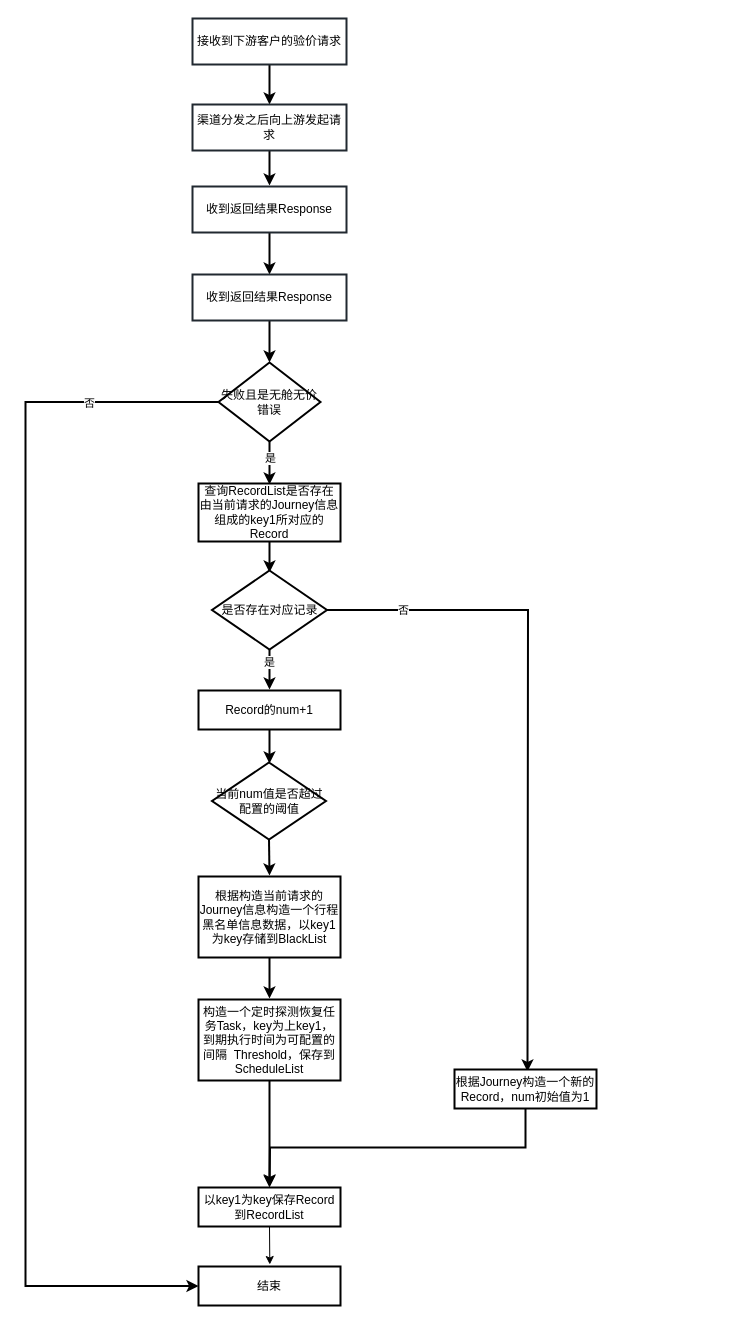
The draw.io diagram pkfare/patent/Untitled Diagram.drawio in zhangweixin/design-diagram, before the edit. Source tidied: cells renumbered, new cells numbered last; positions are measured from the earlier drawing's top-left corner, leaving out a move shared by most shapes. Both pictures are drawn from the tidied source at 100%, with x=0, y=0 at pixel (25, 18).
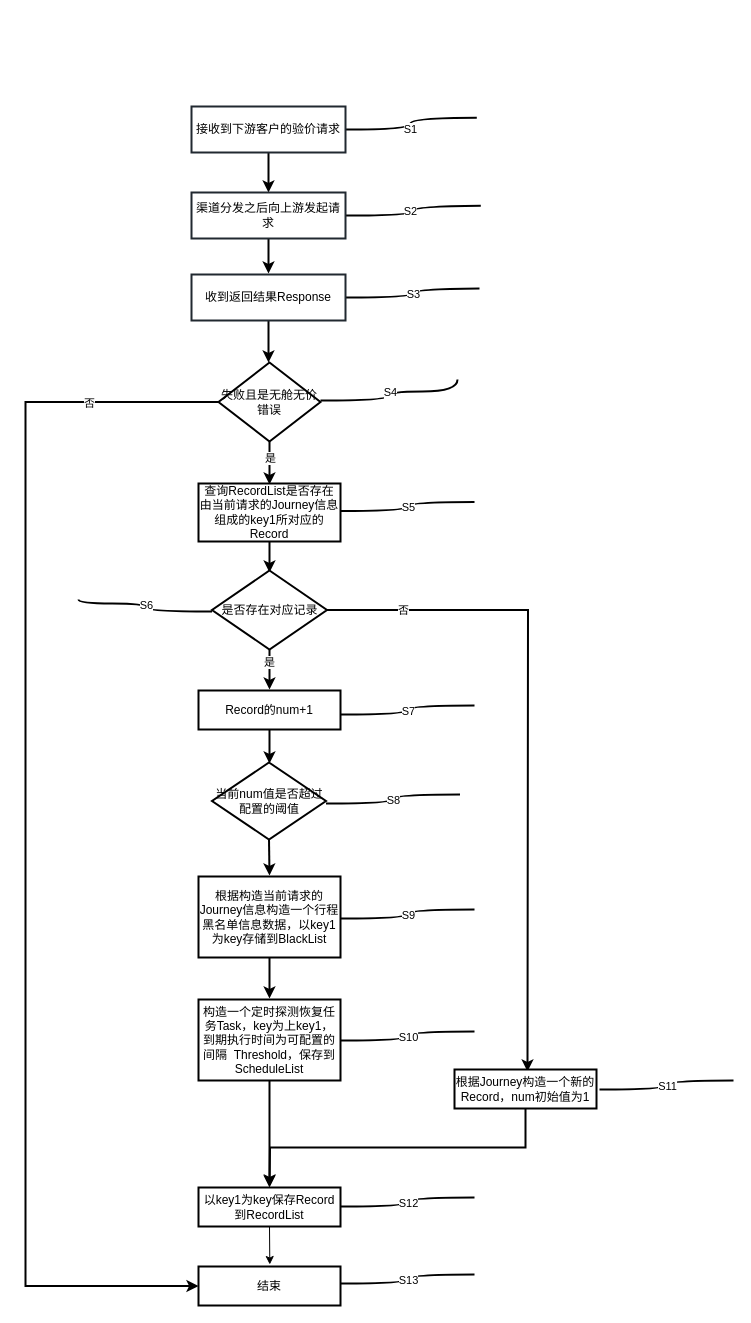
The same diagram, later.

What changed in the source:
```diff
@@
+    <mxCell id="35" style="edgeStyle=orthogonalEdgeStyle;rounded=0;jettySize=auto;html=1;exitX=1;exitY=0.5;exitDx=0;exitDy=0;endArrow=none;endFill=0;curved=1;strokeWidth=2;" parent="1" edge="1" source="3">
+      <mxGeometry relative="1" as="geometry">
+        <mxPoint x="451.3" y="99.3" as="targetPoint" />
+        <Array as="points">
+          <mxPoint x="385" y="111" />
+          <mxPoint x="385" y="99" />
+        </Array>
+      </mxGeometry>
+    </mxCell>
+    <mxCell id="36" value="S1" style="edgeLabel;html=1;align=center;verticalAlign=middle;" parent="35" vertex="1">
+      <mxGeometry x="-0.08" relative="1" as="geometry">
+        <mxPoint x="-1" as="offset" />
+      </mxGeometry>
+    </mxCell>
     <mxCell id="3" value="接收到下游客户的验价请求&lt;p style=&quot;line-height: 100%;margin-bottom: 0pt;margin-top: 0pt;font-size: 11pt;color: #494949;&quot; class=&quot;ql-direction-ltr&quot;&gt;&lt;/p&gt;&lt;span&gt;&lt;/span&gt;&lt;p style=&quot;line-height: 100%;margin-bottom: 0pt;margin-top: 0pt;font-size: 11pt;color: #494949;&quot; class=&quot;ql-direction-ltr&quot;&gt;&lt;/p&gt;&lt;span&gt;&lt;/span&gt;&lt;p style=&quot;line-height: 100%;margin-bottom: 0pt;margin-top: 0pt;font-size: 11pt;color: #494949;&quot; class=&quot;ql-direction-ltr&quot;&gt;&lt;/p&gt;&lt;span&gt;&lt;/span&gt;&lt;p style=&quot;line-height: 100%;margin-bottom: 0pt;margin-top: 0pt;font-size: 11pt;color: #494949;&quot; class=&quot;ql-direction-ltr&quot;&gt;&lt;/p&gt;&lt;span&gt;&lt;/span&gt;&lt;p style=&quot;line-height: 100%;margin-bottom: 0pt;margin-top: 0pt;font-size: 11pt;color: #494949;&quot; class=&quot;ql-direction-ltr&quot;&gt;&lt;/p&gt;&lt;span&gt;&lt;/span&gt;" style="rounded=0;whiteSpace=wrap;html=1;strokeWidth=2;strokeColor=#212930;" parent="1" vertex="1">
-      <mxGeometry x="167" width="154" height="46" as="geometry" />
+      <mxGeometry x="166" y="88" width="154" height="46" as="geometry" />
     </mxCell>
     <mxCell id="4" style="edgeStyle=orthogonalEdgeStyle;rounded=0;jettySize=auto;html=1;exitX=0.5;exitY=1;exitDx=0;exitDy=0;strokeWidth=2;" parent="1" edge="1" source="5">
       <mxGeometry relative="1" as="geometry">
-        <mxPoint x="244" y="167" as="targetPoint" />
+        <mxPoint x="243" y="255" as="targetPoint" />
       </mxGeometry>
     </mxCell>
+    <mxCell id="37" style="edgeStyle=orthogonalEdgeStyle;rounded=0;jettySize=auto;html=1;exitX=1;exitY=0.5;exitDx=0;exitDy=0;endArrow=none;endFill=0;curved=1;strokeWidth=2;" parent="1" edge="1" source="5">
+      <mxGeometry relative="1" as="geometry">
+        <mxPoint x="455.3" y="187.3" as="targetPoint" />
+      </mxGeometry>
+    </mxCell>
+    <mxCell id="38" value="S2" style="edgeLabel;html=1;align=center;verticalAlign=middle;" parent="37" vertex="1">
+      <mxGeometry y="3" relative="1" as="geometry" />
+    </mxCell>
     <mxCell id="5" value="&lt;p style=&quot;line-height: 100%;margin-bottom: 0pt;margin-top: 0pt;font-size: 11pt;color: #494949;&quot; class=&quot;ql-direction-ltr&quot;&gt;&lt;/p&gt;渠道分发之后向上游发起请求&lt;p style=&quot;line-height: 100%;margin-bottom: 0pt;margin-top: 0pt;font-size: 11pt;color: #494949;&quot; class=&quot;ql-direction-ltr&quot;&gt;&lt;/p&gt;&lt;span&gt;&lt;/span&gt;&lt;p style=&quot;line-height: 100%;margin-bottom: 0pt;margin-top: 0pt;font-size: 11pt;color: #494949;&quot; class=&quot;ql-direction-ltr&quot;&gt;&lt;/p&gt;&lt;span&gt;&lt;/span&gt;&lt;p style=&quot;line-height: 100%;margin-bottom: 0pt;margin-top: 0pt;font-size: 11pt;color: #494949;&quot; class=&quot;ql-direction-ltr&quot;&gt;&lt;/p&gt;&lt;span&gt;&lt;/span&gt;&lt;p style=&quot;line-height: 100%;margin-bottom: 0pt;margin-top: 0pt;font-size: 11pt;color: #494949;&quot; class=&quot;ql-direction-ltr&quot;&gt;&lt;/p&gt;&lt;span&gt;&lt;/span&gt;&lt;p style=&quot;line-height: 100%;margin-bottom: 0pt;margin-top: 0pt;font-size: 11pt;color: #494949;&quot; class=&quot;ql-direction-ltr&quot;&gt;&lt;/p&gt;&lt;span&gt;&lt;/span&gt;" style="rounded=0;whiteSpace=wrap;html=1;strokeWidth=2;strokeColor=#212930;" parent="1" vertex="1">
-      <mxGeometry x="167" y="86" width="154" height="46" as="geometry" />
+      <mxGeometry x="166" y="174" width="154" height="46" as="geometry" />
     </mxCell>
     <mxCell id="6" style="edgeStyle=orthogonalEdgeStyle;rounded=0;jettySize=auto;html=1;exitX=0.5;exitY=1;exitDx=0;exitDy=0;strokeWidth=2;" parent="1" edge="1" source="7">
       <mxGeometry relative="1" as="geometry">
-        <mxPoint x="244" y="256" as="targetPoint" />
+        <mxPoint x="243" y="344" as="targetPoint" />
       </mxGeometry>
     </mxCell>
+    <mxCell id="39" style="edgeStyle=orthogonalEdgeStyle;rounded=0;jettySize=auto;html=1;exitX=1;exitY=0.5;exitDx=0;exitDy=0;curved=1;strokeWidth=2;endArrow=none;endFill=0;" parent="1" edge="1" source="7">
+      <mxGeometry relative="1" as="geometry">
+        <mxPoint x="454" y="270" as="targetPoint" />
+      </mxGeometry>
+    </mxCell>
+    <mxCell id="40" value="S3" style="edgeLabel;html=1;align=center;verticalAlign=middle;" parent="39" vertex="1">
+      <mxGeometry x="-0.01" relative="1" as="geometry" />
+    </mxCell>
     <mxCell id="7" value="&lt;p style=&quot;line-height: 100%;margin-bottom: 0pt;margin-top: 0pt;font-size: 11pt;color: #494949;&quot; class=&quot;ql-direction-ltr&quot;&gt;&lt;/p&gt;收到返回结果Response&lt;p style=&quot;line-height: 100%;margin-bottom: 0pt;margin-top: 0pt;font-size: 11pt;color: #494949;&quot; class=&quot;ql-direction-ltr&quot;&gt;&lt;/p&gt;&lt;span&gt;&lt;/span&gt;&lt;p style=&quot;line-height: 100%;margin-bottom: 0pt;margin-top: 0pt;font-size: 11pt;color: #494949;&quot; class=&quot;ql-direction-ltr&quot;&gt;&lt;/p&gt;&lt;span&gt;&lt;/span&gt;&lt;p style=&quot;line-height: 100%;margin-bottom: 0pt;margin-top: 0pt;font-size: 11pt;color: #494949;&quot; class=&quot;ql-direction-ltr&quot;&gt;&lt;/p&gt;&lt;span&gt;&lt;/span&gt;&lt;p style=&quot;line-height: 100%;margin-bottom: 0pt;margin-top: 0pt;font-size: 11pt;color: #494949;&quot; class=&quot;ql-direction-ltr&quot;&gt;&lt;/p&gt;&lt;span&gt;&lt;/span&gt;&lt;p style=&quot;line-height: 100%;margin-bottom: 0pt;margin-top: 0pt;font-size: 11pt;color: #494949;&quot; class=&quot;ql-direction-ltr&quot;&gt;&lt;/p&gt;&lt;span&gt;&lt;/span&gt;" style="rounded=0;whiteSpace=wrap;html=1;strokeWidth=2;strokeColor=#212930;" parent="1" vertex="1">
-      <mxGeometry x="167" y="168" width="154" height="46" as="geometry" />
+      <mxGeometry x="166" y="256" width="154" height="46" as="geometry" />
     </mxCell>
-    <mxCell id="8" style="edgeStyle=orthogonalEdgeStyle;rounded=0;jettySize=auto;html=1;exitX=0.5;exitY=1;exitDx=0;exitDy=0;strokeWidth=2;" parent="1" edge="1" source="9">
-      <mxGeometry relative="1" as="geometry">
-        <mxPoint x="244" y="344" as="targetPoint" />
-      </mxGeometry>
-    </mxCell>
-    <mxCell id="9" value="&lt;p style=&quot;line-height: 100%;margin-bottom: 0pt;margin-top: 0pt;font-size: 11pt;color: #494949;&quot; class=&quot;ql-direction-ltr&quot;&gt;&lt;/p&gt;收到返回结果Response&lt;p style=&quot;line-height: 100%;margin-bottom: 0pt;margin-top: 0pt;font-size: 11pt;color: #494949;&quot; class=&quot;ql-direction-ltr&quot;&gt;&lt;/p&gt;&lt;span&gt;&lt;/span&gt;&lt;p style=&quot;line-height: 100%;margin-bottom: 0pt;margin-top: 0pt;font-size: 11pt;color: #494949;&quot; class=&quot;ql-direction-ltr&quot;&gt;&lt;/p&gt;&lt;span&gt;&lt;/span&gt;&lt;p style=&quot;line-height: 100%;margin-bottom: 0pt;margin-top: 0pt;font-size: 11pt;color: #494949;&quot; class=&quot;ql-direction-ltr&quot;&gt;&lt;/p&gt;&lt;span&gt;&lt;/span&gt;&lt;p style=&quot;line-height: 100%;margin-bottom: 0pt;margin-top: 0pt;font-size: 11pt;color: #494949;&quot; class=&quot;ql-direction-ltr&quot;&gt;&lt;/p&gt;&lt;span&gt;&lt;/span&gt;&lt;p style=&quot;line-height: 100%;margin-bottom: 0pt;margin-top: 0pt;font-size: 11pt;color: #494949;&quot; class=&quot;ql-direction-ltr&quot;&gt;&lt;/p&gt;&lt;span&gt;&lt;/span&gt;" style="rounded=0;whiteSpace=wrap;html=1;strokeWidth=2;strokeColor=#212930;" parent="1" vertex="1">
-      <mxGeometry x="167" y="256" width="154" height="46" as="geometry" />
-    </mxCell>
@@
+    <mxCell id="41" style="edgeStyle=orthogonalEdgeStyle;rounded=0;orthogonalLoop=1;jettySize=auto;html=1;exitX=1;exitY=0.5;exitDx=0;exitDy=0;curved=1;strokeWidth=2;endArrow=none;endFill=0;" parent="1" edge="1">
+      <mxGeometry relative="1" as="geometry">
+        <mxPoint x="295" y="382" as="sourcePoint" />
+        <mxPoint x="432" y="361" as="targetPoint" />
+        <Array as="points">
+          <mxPoint x="362" y="382" />
+          <mxPoint x="362" y="373" />
+        </Array>
+      </mxGeometry>
+    </mxCell>
+    <mxCell id="42" value="S4" style="edgeLabel;html=1;align=center;verticalAlign=middle;" parent="41" vertex="1">
+      <mxGeometry x="-0.01" relative="1" as="geometry" />
+    </mxCell>
+    <mxCell id="43" style="edgeStyle=orthogonalEdgeStyle;rounded=0;orthogonalLoop=1;jettySize=auto;html=1;exitX=1;exitY=0.5;exitDx=0;exitDy=0;curved=1;strokeWidth=2;endArrow=none;endFill=0;" parent="1" edge="1">
+      <mxGeometry relative="1" as="geometry">
+        <mxPoint x="315" y="492.5" as="sourcePoint" />
+        <mxPoint x="449" y="483.5" as="targetPoint" />
+        <Array as="points">
+          <mxPoint x="382" y="493" />
+          <mxPoint x="382" y="483" />
+        </Array>
+      </mxGeometry>
+    </mxCell>
+    <mxCell id="44" value="S5" style="edgeLabel;html=1;align=center;verticalAlign=middle;" parent="43" vertex="1">
+      <mxGeometry x="-0.01" relative="1" as="geometry" />
+    </mxCell>
+    <mxCell id="45" style="edgeStyle=orthogonalEdgeStyle;rounded=0;orthogonalLoop=1;jettySize=auto;html=1;curved=1;strokeWidth=2;endArrow=none;endFill=0;" parent="1" edge="1">
+      <mxGeometry relative="1" as="geometry">
+        <mxPoint x="53" y="581" as="sourcePoint" />
+        <mxPoint x="186.5" y="593" as="targetPoint" />
+        <Array as="points">
+          <mxPoint x="53" y="585" />
+          <mxPoint x="120" y="585" />
+          <mxPoint x="120" y="593" />
+        </Array>
+      </mxGeometry>
+    </mxCell>
+    <mxCell id="46" value="S6" style="edgeLabel;html=1;align=center;verticalAlign=middle;" parent="45" vertex="1">
+      <mxGeometry x="-0.01" relative="1" as="geometry" />
+    </mxCell>
+    <mxCell id="47" style="edgeStyle=orthogonalEdgeStyle;rounded=0;orthogonalLoop=1;jettySize=auto;html=1;exitX=1;exitY=0.5;exitDx=0;exitDy=0;curved=1;strokeWidth=2;endArrow=none;endFill=0;" parent="1" edge="1">
+      <mxGeometry relative="1" as="geometry">
+        <mxPoint x="315" y="696" as="sourcePoint" />
+        <mxPoint x="449" y="687" as="targetPoint" />
+        <Array as="points">
+          <mxPoint x="382" y="696.5" />
+          <mxPoint x="382" y="686.5" />
+        </Array>
+      </mxGeometry>
+    </mxCell>
+    <mxCell id="48" value="S7" style="edgeLabel;html=1;align=center;verticalAlign=middle;" parent="47" vertex="1">
+      <mxGeometry x="-0.01" relative="1" as="geometry" />
+    </mxCell>
+    <mxCell id="49" style="edgeStyle=orthogonalEdgeStyle;rounded=0;orthogonalLoop=1;jettySize=auto;html=1;exitX=1;exitY=0.5;exitDx=0;exitDy=0;curved=1;strokeWidth=2;endArrow=none;endFill=0;" parent="1" edge="1">
+      <mxGeometry relative="1" as="geometry">
+        <mxPoint x="300.5" y="785" as="sourcePoint" />
+        <mxPoint x="434.5" y="776" as="targetPoint" />
+        <Array as="points">
+          <mxPoint x="367.5" y="785.5" />
+          <mxPoint x="367.5" y="775.5" />
+        </Array>
+      </mxGeometry>
+    </mxCell>
+    <mxCell id="50" value="S8" style="edgeLabel;html=1;align=center;verticalAlign=middle;" parent="49" vertex="1">
+      <mxGeometry x="-0.01" relative="1" as="geometry" />
+    </mxCell>
+    <mxCell id="51" style="edgeStyle=orthogonalEdgeStyle;rounded=0;orthogonalLoop=1;jettySize=auto;html=1;exitX=1;exitY=0.5;exitDx=0;exitDy=0;curved=1;strokeWidth=2;endArrow=none;endFill=0;" parent="1" edge="1">
+      <mxGeometry relative="1" as="geometry">
+        <mxPoint x="315" y="900" as="sourcePoint" />
+        <mxPoint x="449" y="891" as="targetPoint" />
+        <Array as="points">
+          <mxPoint x="382" y="900.5" />
+          <mxPoint x="382" y="890.5" />
+        </Array>
+      </mxGeometry>
+    </mxCell>
+    <mxCell id="52" value="S9" style="edgeLabel;html=1;align=center;verticalAlign=middle;" parent="51" vertex="1">
+      <mxGeometry x="-0.01" relative="1" as="geometry" />
+    </mxCell>
+    <mxCell id="53" style="edgeStyle=orthogonalEdgeStyle;rounded=0;orthogonalLoop=1;jettySize=auto;html=1;exitX=1;exitY=0.5;exitDx=0;exitDy=0;curved=1;strokeWidth=2;endArrow=none;endFill=0;" parent="1" edge="1">
+      <mxGeometry relative="1" as="geometry">
+        <mxPoint x="315" y="1022" as="sourcePoint" />
+        <mxPoint x="449" y="1013" as="targetPoint" />
+        <Array as="points">
+          <mxPoint x="382" y="1022.5" />
+          <mxPoint x="382" y="1012.5" />
+        </Array>
+      </mxGeometry>
+    </mxCell>
+    <mxCell id="54" value="S10" style="edgeLabel;html=1;align=center;verticalAlign=middle;" parent="53" vertex="1">
+      <mxGeometry x="-0.01" relative="1" as="geometry" />
+    </mxCell>
+    <mxCell id="55" style="edgeStyle=orthogonalEdgeStyle;rounded=0;orthogonalLoop=1;jettySize=auto;html=1;exitX=1;exitY=0.5;exitDx=0;exitDy=0;curved=1;strokeWidth=2;endArrow=none;endFill=0;" parent="1" edge="1">
+      <mxGeometry relative="1" as="geometry">
+        <mxPoint x="574" y="1071" as="sourcePoint" />
+        <mxPoint x="708" y="1062" as="targetPoint" />
+        <Array as="points">
+          <mxPoint x="641" y="1071.5" />
+          <mxPoint x="641" y="1061.5" />
+        </Array>
+      </mxGeometry>
+    </mxCell>
+    <mxCell id="56" value="S11" style="edgeLabel;html=1;align=center;verticalAlign=middle;" parent="55" vertex="1">
+      <mxGeometry x="-0.01" relative="1" as="geometry" />
+    </mxCell>
+    <mxCell id="57" style="edgeStyle=orthogonalEdgeStyle;rounded=0;orthogonalLoop=1;jettySize=auto;html=1;exitX=1;exitY=0.5;exitDx=0;exitDy=0;curved=1;strokeWidth=2;endArrow=none;endFill=0;" parent="1" edge="1">
+      <mxGeometry relative="1" as="geometry">
+        <mxPoint x="315" y="1188" as="sourcePoint" />
+        <mxPoint x="449" y="1179" as="targetPoint" />
+        <Array as="points">
+          <mxPoint x="382" y="1188.5" />
+          <mxPoint x="382" y="1178.5" />
+        </Array>
+      </mxGeometry>
+    </mxCell>
+    <mxCell id="58" value="S12" style="edgeLabel;html=1;align=center;verticalAlign=middle;" parent="57" vertex="1">
+      <mxGeometry x="-0.01" relative="1" as="geometry" />
+    </mxCell>
+    <mxCell id="59" style="edgeStyle=orthogonalEdgeStyle;rounded=0;orthogonalLoop=1;jettySize=auto;html=1;exitX=1;exitY=0.5;exitDx=0;exitDy=0;curved=1;strokeWidth=2;endArrow=none;endFill=0;" parent="1" edge="1">
+      <mxGeometry relative="1" as="geometry">
+        <mxPoint x="315" y="1265" as="sourcePoint" />
+        <mxPoint x="449" y="1256" as="targetPoint" />
+        <Array as="points">
+          <mxPoint x="382" y="1265.5" />
+          <mxPoint x="382" y="1255.5" />
+        </Array>
+      </mxGeometry>
+    </mxCell>
+    <mxCell id="60" value="S13" style="edgeLabel;html=1;align=center;verticalAlign=middle;" parent="59" vertex="1">
+      <mxGeometry x="-0.01" relative="1" as="geometry" />
+    </mxCell>
```
